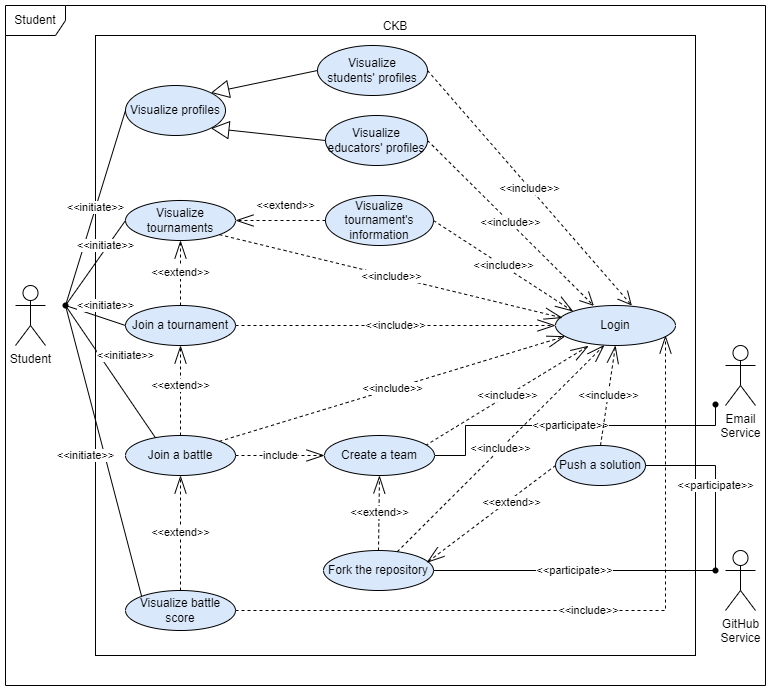
Before: RASD/images/use_cases_diagrams/students_functions.png, a diagram exported from draw.io (antilupovolante/MassaraNguyenBaNicotri). Source tidied: cells renumbered, new cells last; positions are measured from the earlier drawing's top-left corner, leaving out a move shared by most shapes.
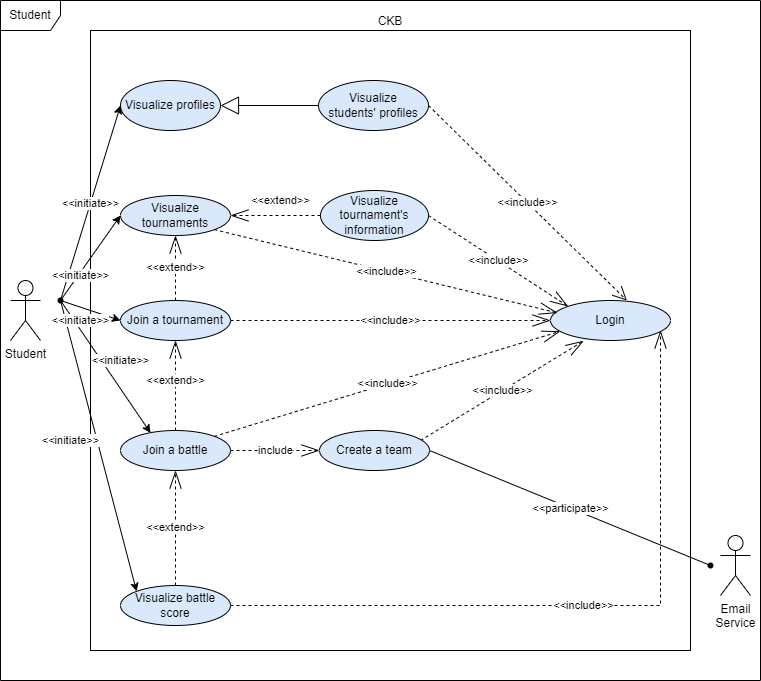
Later version of the same file.

Diff of the diagram source:
```diff
@@ -15,23 +15,14 @@
       <mxGeometry x="120" y="80" width="100" height="50" as="geometry" />
     </mxCell>
     <mxCell id="6" value="Visualize &lt;br&gt;students' profiles" style="ellipse;whiteSpace=wrap;html=1;fillColor=#dae8fc;" parent="1" vertex="1">
-      <mxGeometry x="312" y="40" width="110" height="50" as="geometry" />
+      <mxGeometry x="318" y="80" width="110" height="50" as="geometry" />
     </mxCell>
-    <mxCell id="7" value="Visualize &lt;br&gt;educators' profiles" style="ellipse;whiteSpace=wrap;html=1;fillColor=#dae8fc;" parent="1" vertex="1">
-      <mxGeometry x="320" y="110" width="102" height="50" as="geometry" />
-    </mxCell>
-    <mxCell id="8" style="endArrow=block;endSize=16;endFill=0;html=1;rounded=0;entryX=1;entryY=1;entryDx=0;entryDy=0;exitX=0;exitY=0.5;exitDx=0;exitDy=0;" parent="1" edge="1" source="7" target="5">
-      <mxGeometry relative="1" as="geometry" />
-    </mxCell>
-    <mxCell id="9" style="endArrow=block;endSize=16;endFill=0;html=1;rounded=0;exitX=0;exitY=0.5;exitDx=0;exitDy=0;entryX=1;entryY=0;entryDx=0;entryDy=0;" parent="1" edge="1" source="6" target="5">
+    <mxCell id="9" style="endArrow=block;endSize=16;endFill=0;html=1;rounded=0;exitX=0;exitY=0.5;exitDx=0;exitDy=0;entryX=1;entryY=0.5;entryDx=0;entryDy=0;" parent="1" edge="1" source="6" target="5">
       <mxGeometry relative="1" as="geometry" />
     </mxCell>
     <mxCell id="10" value="Login" style="ellipse;whiteSpace=wrap;html=1;fillColor=#dae8fc;" parent="1" vertex="1">
       <mxGeometry x="550" y="300" width="120" height="40" as="geometry" />
     </mxCell>
-    <mxCell id="11" value="&amp;lt;&amp;lt;include&amp;gt;&amp;gt;" style="endArrow=open;endSize=12;dashed=1;html=1;rounded=0;exitX=1;exitY=0.5;exitDx=0;exitDy=0;entryX=0.32;entryY=0.01;entryDx=0;entryDy=0;entryPerimeter=0;" parent="1" edge="1" source="7" target="10">
-      <mxGeometry relative="1" as="geometry" />
-    </mxCell>
     <mxCell id="12" value="&amp;lt;&amp;lt;include&amp;gt;&amp;gt;" style="endArrow=open;endSize=12;dashed=1;html=1;rounded=0;exitX=1;exitY=0.5;exitDx=0;exitDy=0;entryX=0.636;entryY=0;entryDx=0;entryDy=0;entryPerimeter=0;" parent="1" edge="1" source="6" target="10">
       <mxGeometry relative="1" as="geometry" />
     </mxCell>
@@ -62,42 +53,15 @@
     <mxCell id="21" value="&amp;lt;&amp;lt;include&amp;gt;&amp;gt;" style="endArrow=openThin;endSize=16;endFill=0;html=1;rounded=0;entryX=0.276;entryY=1.01;entryDx=0;entryDy=0;dashed=1;exitX=0.918;exitY=0.25;exitDx=0;exitDy=0;exitPerimeter=0;entryPerimeter=0;" parent="1" edge="1" source="23" target="10">
       <mxGeometry relative="1" as="geometry" />
     </mxCell>
-    <mxCell id="22" value="&amp;lt;&amp;lt;participate&amp;gt;&amp;gt;" style="edgeStyle=orthogonalEdgeStyle;rounded=0;jettySize=auto;html=1;exitX=1;exitY=0.5;exitDx=0;exitDy=0;endArrow=none;endFill=0;" parent="1" edge="1" source="23" target="48">
-      <mxGeometry relative="1" as="geometry">
-        <Array as="points">
-          <mxPoint x="460" y="450" />
-          <mxPoint x="460" y="420" />
-          <mxPoint x="710" y="420" />
-        </Array>
-      </mxGeometry>
-    </mxCell>
+    <mxCell id="49" value="&amp;lt;&amp;lt;participate&amp;gt;&amp;gt;" style="rounded=0;jettySize=auto;html=1;exitX=1;exitY=0.5;exitDx=0;exitDy=0;endArrow=none;endFill=0;" parent="1" edge="1" source="23" target="43">
+      <mxGeometry relative="1" as="geometry" />
+    </mxCell>
     <mxCell id="23" value="Create a team" style="ellipse;whiteSpace=wrap;html=1;fillColor=#dae8fc;" parent="1" vertex="1">
       <mxGeometry x="319" y="430" width="110" height="40" as="geometry" />
     </mxCell>
     <mxCell id="24" value="include" style="endArrow=openThin;endSize=16;endFill=0;html=1;rounded=0;exitX=1;exitY=0.5;exitDx=0;exitDy=0;dashed=1;entryX=0;entryY=0.5;entryDx=0;entryDy=0;" parent="1" edge="1" source="20" target="23">
       <mxGeometry relative="1" as="geometry" />
     </mxCell>
-    <mxCell id="25" value="Fork the repository" style="ellipse;whiteSpace=wrap;html=1;fillColor=#dae8fc;" parent="1" vertex="1">
-      <mxGeometry x="318" y="545" width="110" height="40" as="geometry" />
-    </mxCell>
-    <mxCell id="26" value="&amp;lt;&amp;lt;extend&amp;gt;&amp;gt;" style="endArrow=openThin;endSize=16;endFill=0;html=1;rounded=0;exitX=0.5;exitY=0;exitDx=0;exitDy=0;dashed=1;entryX=0.5;entryY=1;entryDx=0;entryDy=0;" parent="1" edge="1" source="25" target="23">
-      <mxGeometry relative="1" as="geometry" />
-    </mxCell>
-    <mxCell id="27" value="GitHub&lt;br&gt;Service" style="shape=umlActor;verticalLabelPosition=bottom;verticalAlign=top;html=1;" parent="1" vertex="1">
-      <mxGeometry x="720" y="545" width="30" height="60" as="geometry" />
-    </mxCell>
-    <mxCell id="28" value="&amp;lt;&amp;lt;participate&amp;gt;&amp;gt;" style="endArrow=none;html=1;rounded=0;entryX=0.24;entryY=0.44;entryDx=0;entryDy=0;entryPerimeter=0;" parent="1" edge="1" source="25" target="43">
-      <mxGeometry relative="1" as="geometry" />
-    </mxCell>
-    <mxCell id="29" value="Push a solution" style="ellipse;whiteSpace=wrap;html=1;fillColor=#dae8fc;" parent="1" vertex="1">
-      <mxGeometry x="550" y="440" width="90" height="40" as="geometry" />
-    </mxCell>
-    <mxCell id="30" value="&amp;lt;&amp;lt;extend&amp;gt;&amp;gt;" style="endArrow=openThin;endSize=16;endFill=0;html=1;rounded=0;dashed=1;exitX=0;exitY=0.5;exitDx=0;exitDy=0;entryX=0.938;entryY=0.305;entryDx=0;entryDy=0;entryPerimeter=0;" parent="1" edge="1" source="29" target="25">
-      <mxGeometry x="-0.3" y="3" relative="1" as="geometry" />
-    </mxCell>
-    <mxCell id="31" value="&amp;lt;&amp;lt;participate&amp;gt;&amp;gt;" style="endArrow=none;html=1;rounded=0;exitX=1;exitY=0.5;exitDx=0;exitDy=0;entryX=0.48;entryY=0.24;entryDx=0;entryDy=0;entryPerimeter=0;edgeStyle=orthogonalEdgeStyle;" parent="1" edge="1" source="29" target="43">
-      <mxGeometry x="0.03" relative="1" as="geometry" />
-    </mxCell>
     <mxCell id="32" value="Visualize battle score" style="ellipse;whiteSpace=wrap;html=1;fillColor=#dae8fc;" parent="1" vertex="1">
       <mxGeometry x="120" y="585" width="110" height="40" as="geometry" />
     </mxCell>
@@ -109,9 +73,6 @@
         </Array>
       </mxGeometry>
     </mxCell>
-    <mxCell id="34" value="&amp;lt;&amp;lt;include&amp;gt;&amp;gt;" style="endArrow=openThin;endSize=16;endFill=0;html=1;rounded=0;entryX=0.5;entryY=1;entryDx=0;entryDy=0;dashed=1;exitX=0.5;exitY=0;exitDx=0;exitDy=0;" parent="1" edge="1" source="29" target="10">
-      <mxGeometry relative="1" as="geometry" />
-    </mxCell>
     <mxCell id="35" value="&amp;lt;&amp;lt;extend&amp;gt;&amp;gt;" style="endArrow=openThin;endSize=16;endFill=0;html=1;rounded=0;exitX=0.5;exitY=0;exitDx=0;exitDy=0;dashed=1;entryX=0.5;entryY=1;entryDx=0;entryDy=0;" parent="1" edge="1" source="32" target="20">
       <mxGeometry relative="1" as="geometry" />
     </mxCell>
@@ -121,23 +82,15 @@
     <mxCell id="37" style="shape=waypoint;sketch=0;size=6;points=[];fillColor=none;perimeter=centerPerimeter;snapToPoint=1;" parent="1" vertex="1">
       <mxGeometry x="50" y="290" width="20" height="20" as="geometry" />
     </mxCell>
-    <mxCell id="38" value="&amp;lt;&amp;lt;initiate&amp;gt;&amp;gt;" style="endArrow=none;html=1;rounded=0;exitX=0;exitY=0.5;exitDx=0;exitDy=0;" parent="1" edge="1" source="5" target="37">
-      <mxGeometry relative="1" as="geometry" />
-    </mxCell>
-    <mxCell id="39" value="&amp;lt;&amp;lt;initiate&amp;gt;&amp;gt;" style="endArrow=none;html=1;rounded=0;exitX=0;exitY=0.5;exitDx=0;exitDy=0;entryX=0.32;entryY=0.4;entryDx=0;entryDy=0;entryPerimeter=0;" parent="1" edge="1" source="14" target="37">
-      <mxGeometry x="-0.39" y="-2" relative="1" as="geometry" />
-    </mxCell>
-    <mxCell id="40" value="&amp;lt;&amp;lt;initiate&amp;gt;&amp;gt;" style="endArrow=none;html=1;rounded=0;exitX=0;exitY=0.5;exitDx=0;exitDy=0;entryX=0.72;entryY=0.68;entryDx=0;entryDy=0;entryPerimeter=0;" parent="1" edge="1" source="13" target="37">
-      <mxGeometry x="-0.2" y="-13" relative="1" as="geometry" />
-    </mxCell>
-    <mxCell id="41" value="&amp;lt;&amp;lt;initiate&amp;gt;&amp;gt;" style="endArrow=none;html=1;rounded=0;exitX=0.273;exitY=0.06;exitDx=0;exitDy=0;entryX=0.28;entryY=1.04;entryDx=0;entryDy=0;entryPerimeter=0;exitPerimeter=0;" parent="1" edge="1" source="20" target="37">
-      <mxGeometry x="0.06" y="-22" relative="1" as="geometry" />
-    </mxCell>
-    <mxCell id="42" value="&amp;lt;&amp;lt;initiate&amp;gt;&amp;gt;" style="endArrow=none;html=1;rounded=0;exitX=0;exitY=0;exitDx=0;exitDy=0;" parent="1" edge="1" source="32" target="37">
-      <mxGeometry y="19" relative="1" as="geometry">
-        <mxPoint y="-1" as="offset" />
-      </mxGeometry>
-    </mxCell>
+    <mxCell id="50" value="&amp;lt;&amp;lt;initiate&amp;gt;&amp;gt;" style="endArrow=classic;html=1;rounded=0;endFill=1;entryX=0;entryY=0.5;entryDx=0;entryDy=0;" parent="1" edge="1" source="37" target="5">
+      <mxGeometry relative="1" as="geometry" />
+    </mxCell>
+    <mxCell id="51" value="&amp;lt;&amp;lt;initiate&amp;gt;&amp;gt;" style="endArrow=classic;html=1;rounded=0;exitX=0.32;exitY=0.4;exitDx=0;exitDy=0;entryX=0;entryY=0.5;entryDx=0;entryDy=0;endFill=1;exitPerimeter=0;" parent="1" edge="1" source="37" target="14">
+      <mxGeometry x="-0.39" y="-2" relative="1" as="geometry" />
+    </mxCell>
+    <mxCell id="52" value="&amp;lt;&amp;lt;initiate&amp;gt;&amp;gt;" style="endArrow=classic;html=1;rounded=0;exitX=0.28;exitY=1.04;exitDx=0;exitDy=0;entryX=0.273;entryY=0.06;entryDx=0;entryDy=0;entryPerimeter=0;exitPerimeter=0;endFill=1;" parent="1" edge="1" source="37" target="20">
+      <mxGeometry x="0.04" y="16" relative="1" as="geometry" />
+    </mxCell>
     <mxCell id="43" style="shape=waypoint;sketch=0;size=6;points=[];fillColor=none;perimeter=centerPerimeter;snapToPoint=1;" parent="1" vertex="1">
       <mxGeometry x="700" y="555" width="20" height="20" as="geometry" />
     </mxCell>
@@ -147,14 +100,14 @@
     <mxCell id="45" value="&amp;lt;&amp;lt;include&amp;gt;&amp;gt;" style="endArrow=openThin;endSize=16;endFill=0;html=1;rounded=0;dashed=1;exitX=1;exitY=1;exitDx=0;exitDy=0;entryX=0.058;entryY=0.31;entryDx=0;entryDy=0;entryPerimeter=0;" parent="1" edge="1" source="14" target="10">
       <mxGeometry relative="1" as="geometry" />
     </mxCell>
-    <mxCell id="46" value="&amp;lt;&amp;lt;include&amp;gt;&amp;gt;" style="endArrow=openThin;endSize=16;endFill=0;html=1;rounded=0;entryX=0.407;entryY=0.99;entryDx=0;entryDy=0;dashed=1;entryPerimeter=0;" parent="1" edge="1" source="25" target="10">
-      <mxGeometry relative="1" as="geometry" />
-    </mxCell>
     <mxCell id="47" value="Email&lt;br&gt;Service" style="shape=umlActor;verticalLabelPosition=bottom;verticalAlign=top;html=1;" parent="1" vertex="1">
-      <mxGeometry x="720" y="340" width="30" height="60" as="geometry" />
+      <mxGeometry x="720" y="535" width="30" height="60" as="geometry" />
     </mxCell>
-    <mxCell id="48" style="shape=waypoint;sketch=0;size=6;points=[];fillColor=none;perimeter=centerPerimeter;snapToPoint=1;" parent="1" vertex="1">
-      <mxGeometry x="700" y="389" width="20" height="20" as="geometry" />
-    </mxCell>
+    <mxCell id="53" value="&amp;lt;&amp;lt;initiate&amp;gt;&amp;gt;" style="endArrow=classic;html=1;rounded=0;endFill=1;entryX=0;entryY=0;entryDx=0;entryDy=0;" parent="1" edge="1" source="37" target="32">
+      <mxGeometry x="-0.08" y="-26" relative="1" as="geometry" />
+    </mxCell>
+    <mxCell id="54" value="&amp;lt;&amp;lt;initiate&amp;gt;&amp;gt;" style="endArrow=classic;html=1;rounded=0;exitX=0.72;exitY=0.68;exitDx=0;exitDy=0;entryX=0;entryY=0.5;entryDx=0;entryDy=0;endFill=1;exitPerimeter=0;" parent="1" edge="1" source="37" target="13">
+      <mxGeometry x="-0.2" y="-13" relative="1" as="geometry" />
+    </mxCell>
   </root>
 </mxGraphModel>
```
